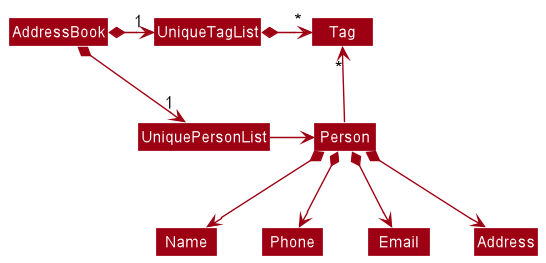
The PlantUML diagram docs/images/BetterModelClassDiagram.png in nus-cs2103-AY2223S1/tp, before a commit.
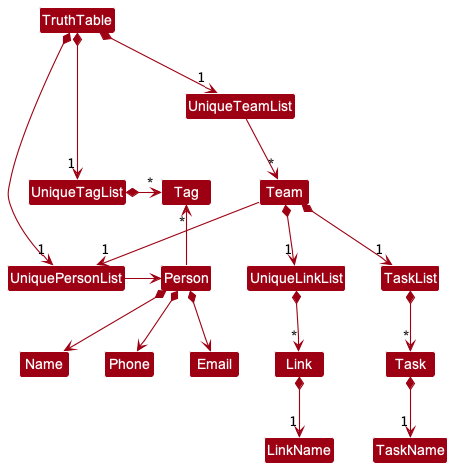
After the commit.

Commit message:
Update model class diagrams

What changed in the source:
```diff
@@ -4,8 +4,8 @@
 skinparam arrowColor MODEL_COLOR
 skinparam classBackgroundColor MODEL_COLOR
 
-AddressBook *-right-> "1" UniquePersonList
-AddressBook *-right-> "1" UniqueTagList
+TruthTable *-right-> "1" UniquePersonList
+TruthTable *-right-> "1" UniqueTagList
 UniqueTagList -[hidden]down- UniquePersonList
 UniqueTagList -[hidden]down- UniquePersonList
 
@@ -17,5 +17,15 @@
 Person *--> Name
 Person *--> Phone
 Person *--> Email
-Person *--> Address
+
+
+TruthTable *-down-> "1" UniqueTeamList
+UniqueTeamList --> "*" Team
+Team --> "1" UniquePersonList
+Team *-down-> "1" UniqueLinkList
+Team *-down-> "1" TaskList
+TaskList *-down-> "*" Task
+UniqueLinkList *-down-> "*" Link
+Task *-down-> "1" TaskName
+Link *-down-> "1" LinkName
 @enduml
```
